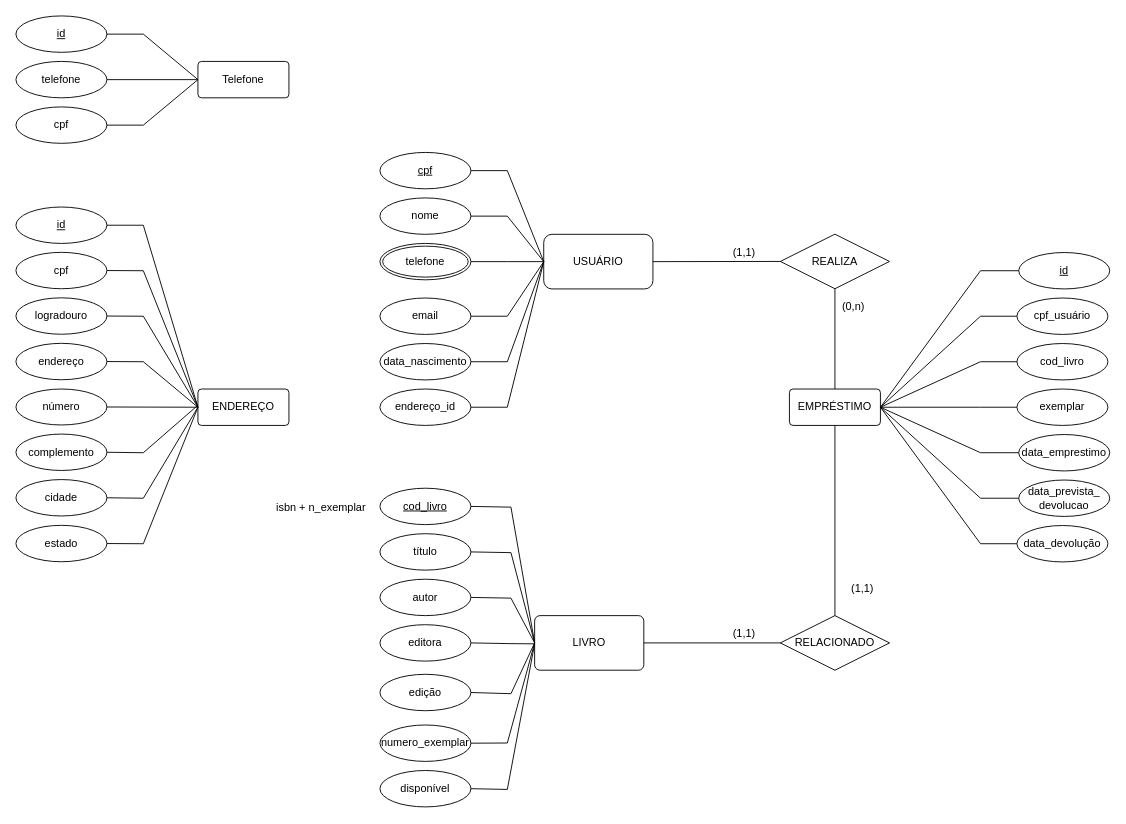
Before: draw.io/Untitled Diagram.drawio in mikaeletha/segundo_periodo_2022, a draw.io diagram. Source tidied: cells renumbered, new cells numbered last; positions are measured from the earlier drawing's top-left corner, leaving out a move shared by most shapes. Both pictures are drawn from the tidied source at 91%, with x=0, y=0 at pixel (15, 15).
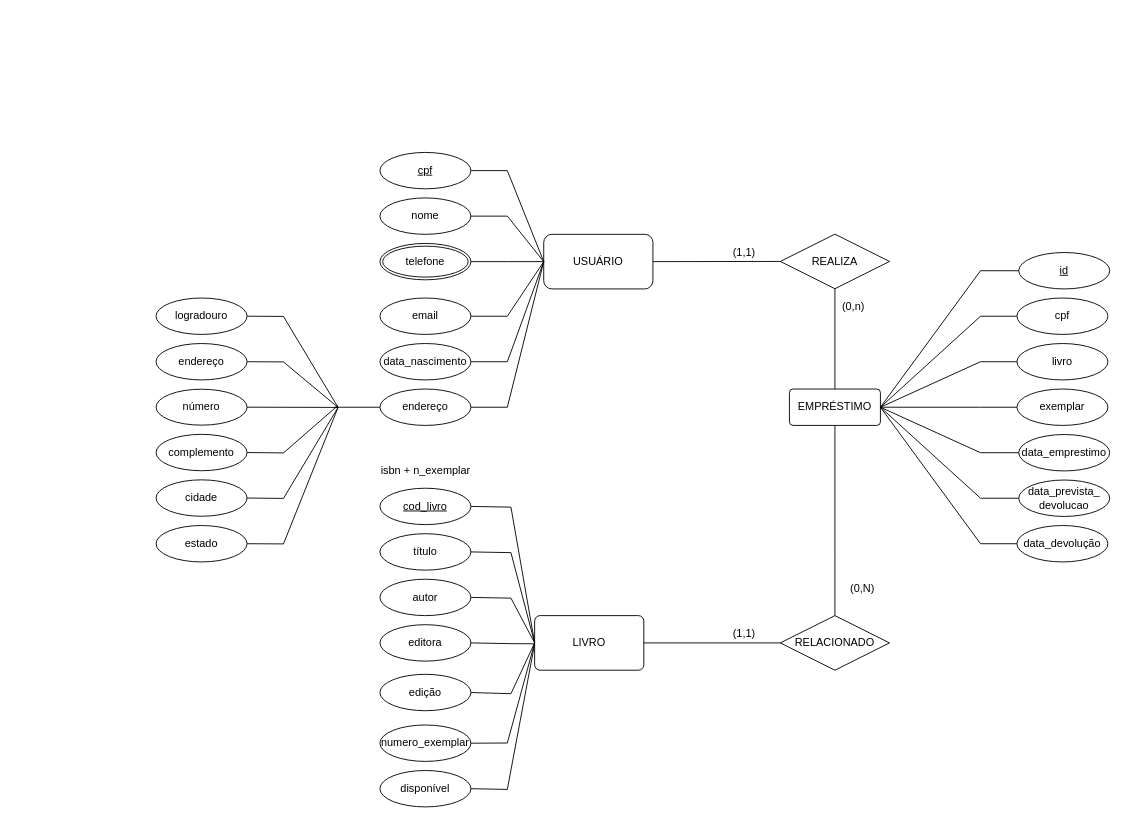
The same page after the edit.

What changed in the source:
```diff
@@
-    <mxCell id="24" value="cpf_usuário" style="ellipse;whiteSpace=wrap;html=1;align=center;" parent="1" vertex="1">
+    <mxCell id="24" value="cpf" style="ellipse;whiteSpace=wrap;html=1;align=center;" parent="1" vertex="1">
       <mxGeometry x="1100" y="310" width="100" height="40" as="geometry" />
     </mxCell>
-    <mxCell id="25" value="cod_livro" style="ellipse;whiteSpace=wrap;html=1;align=center;" parent="1" vertex="1">
+    <mxCell id="25" value="livro" style="ellipse;whiteSpace=wrap;html=1;align=center;" parent="1" vertex="1">
       <mxGeometry x="1100" y="360" width="100" height="40" as="geometry" />
     </mxCell>
@@
-    <mxCell id="43" value="(1,1)" style="text;html=1;align=center;verticalAlign=middle;strokeColor=none;fillColor=none;" parent="1" vertex="1">
+    <mxCell id="43" value="(0,N)" style="text;html=1;align=center;verticalAlign=middle;strokeColor=none;fillColor=none;" parent="1" vertex="1">
       <mxGeometry x="910" y="619" width="40" height="20" as="geometry" />
     </mxCell>
@@
-    <mxCell id="47" value="ENDEREÇO" style="rounded=1;arcSize=10;whiteSpace=wrap;html=1;align=center;" parent="1" vertex="1">
-      <mxGeometry x="200" y="410" width="100" height="40" as="geometry" />
-    </mxCell>
-    <mxCell id="48" value="cpf" style="ellipse;whiteSpace=wrap;html=1;align=center;" parent="1" vertex="1">
-      <mxGeometry y="259.8" width="100" height="40" as="geometry" />
-    </mxCell>
-    <mxCell id="49" value="endereço_id" style="ellipse;whiteSpace=wrap;html=1;align=center;" parent="1" vertex="1">
+    <mxCell id="49" value="endereço" style="ellipse;whiteSpace=wrap;html=1;align=center;" parent="1" vertex="1">
       <mxGeometry x="400" y="410" width="100" height="40" as="geometry" />
     </mxCell>
@@
-    <mxCell id="51" value="id" style="ellipse;whiteSpace=wrap;html=1;align=center;fontStyle=4;" parent="1" vertex="1">
-      <mxGeometry y="210" width="100" height="40" as="geometry" />
-    </mxCell>
     <mxCell id="52" value="logradouro" style="ellipse;whiteSpace=wrap;html=1;align=center;" parent="1" vertex="1">
-      <mxGeometry y="309.8" width="100" height="40" as="geometry" />
+      <mxGeometry x="154" y="310" width="100" height="40" as="geometry" />
     </mxCell>
     <mxCell id="53" value="endereço" style="ellipse;whiteSpace=wrap;html=1;align=center;" parent="1" vertex="1">
-      <mxGeometry y="359.8" width="100" height="40" as="geometry" />
+      <mxGeometry x="154" y="360" width="100" height="40" as="geometry" />
     </mxCell>
     <mxCell id="54" value="número" style="ellipse;whiteSpace=wrap;html=1;align=center;" parent="1" vertex="1">
-      <mxGeometry y="410" width="100" height="39.5" as="geometry" />
+      <mxGeometry x="154" y="410.2" width="100" height="39.5" as="geometry" />
     </mxCell>
     <mxCell id="55" value="complemento" style="ellipse;whiteSpace=wrap;html=1;align=center;" parent="1" vertex="1">
-      <mxGeometry y="459.5" width="100" height="40" as="geometry" />
+      <mxGeometry x="154" y="459.8" width="100" height="40" as="geometry" />
     </mxCell>
     <mxCell id="56" value="cidade" style="ellipse;whiteSpace=wrap;html=1;align=center;" parent="1" vertex="1">
-      <mxGeometry y="509.5" width="100" height="40" as="geometry" />
+      <mxGeometry x="154" y="509.8" width="100" height="40" as="geometry" />
     </mxCell>
     <mxCell id="57" value="estado" style="ellipse;whiteSpace=wrap;html=1;align=center;" parent="1" vertex="1">
-      <mxGeometry y="559.8" width="100" height="40" as="geometry" />
+      <mxGeometry x="154" y="560" width="100" height="40" as="geometry" />
     </mxCell>
-    <mxCell id="58" style="endArrow=none;html=1;rounded=0;exitX=1;exitY=0.5;exitDx=0;exitDy=0;entryX=0;entryY=0.5;entryDx=0;entryDy=0;" parent="1" edge="1" source="51" target="47">
-      <mxGeometry relative="1" as="geometry">
-        <Array as="points">
-          <mxPoint x="140" y="230" />
-        </Array>
-      </mxGeometry>
-    </mxCell>
-    <mxCell id="59" style="endArrow=none;html=1;rounded=0;exitX=1;exitY=0.5;exitDx=0;exitDy=0;entryX=0;entryY=0.5;entryDx=0;entryDy=0;" parent="1" edge="1" source="48" target="47">
-      <mxGeometry relative="1" as="geometry">
-        <Array as="points">
-          <mxPoint x="140" y="280" />
-        </Array>
-      </mxGeometry>
-    </mxCell>
-    <mxCell id="60" style="endArrow=none;html=1;rounded=0;entryX=0;entryY=0.5;entryDx=0;entryDy=0;exitX=1;exitY=0.5;exitDx=0;exitDy=0;" parent="1" edge="1" source="52" target="47">
+    <mxCell id="60" style="endArrow=none;html=1;rounded=0;entryX=0;entryY=0.5;entryDx=0;entryDy=0;exitX=1;exitY=0.5;exitDx=0;exitDy=0;" parent="1" edge="1" source="52">
       <mxGeometry relative="1" as="geometry">
+        <mxPoint x="354" y="430.2" as="targetPoint" />
         <Array as="points">
-          <mxPoint x="140" y="330" />
+          <mxPoint x="294" y="330.2" />
         </Array>
       </mxGeometry>
     </mxCell>
-    <mxCell id="61" style="endArrow=none;html=1;rounded=0;entryX=0;entryY=0.5;entryDx=0;entryDy=0;exitX=1;exitY=0.5;exitDx=0;exitDy=0;" parent="1" edge="1" source="53" target="47">
+    <mxCell id="61" style="endArrow=none;html=1;rounded=0;entryX=0;entryY=0.5;entryDx=0;entryDy=0;exitX=1;exitY=0.5;exitDx=0;exitDy=0;" parent="1" edge="1" source="53">
       <mxGeometry relative="1" as="geometry">
+        <mxPoint x="354" y="430.2" as="targetPoint" />
         <Array as="points">
-          <mxPoint x="140" y="380" />
+          <mxPoint x="294" y="380.2" />
         </Array>
       </mxGeometry>
     </mxCell>
-    <mxCell id="62" style="endArrow=none;html=1;rounded=0;entryX=0;entryY=0.5;entryDx=0;entryDy=0;exitX=1;exitY=0.5;exitDx=0;exitDy=0;" parent="1" edge="1" source="54" target="47">
-      <mxGeometry relative="1" as="geometry" />
+    <mxCell id="62" style="endArrow=none;html=1;rounded=0;entryX=0;entryY=0.5;entryDx=0;entryDy=0;exitX=1;exitY=0.5;exitDx=0;exitDy=0;" parent="1" edge="1" source="54">
+      <mxGeometry relative="1" as="geometry">
+        <mxPoint x="354" y="430.2" as="targetPoint" />
+      </mxGeometry>
     </mxCell>
     <mxCell id="63" style="endArrow=none;html=1;rounded=0;exitX=1;exitY=0.5;exitDx=0;exitDy=0;" parent="1" edge="1" source="55">
       <mxGeometry relative="1" as="geometry">
-        <mxPoint x="200" y="427.8" as="targetPoint" />
+        <mxPoint x="354" y="428" as="targetPoint" />
         <Array as="points">
-          <mxPoint x="140" y="480" />
+          <mxPoint x="294" y="480.2" />
         </Array>
       </mxGeometry>
     </mxCell>
-    <mxCell id="64" style="endArrow=none;html=1;rounded=0;entryX=0;entryY=0.5;entryDx=0;entryDy=0;exitX=1;exitY=0.5;exitDx=0;exitDy=0;" parent="1" edge="1" source="56" target="47">
+    <mxCell id="64" style="endArrow=none;html=1;rounded=0;entryX=0;entryY=0.5;entryDx=0;entryDy=0;exitX=1;exitY=0.5;exitDx=0;exitDy=0;" parent="1" edge="1" source="56">
       <mxGeometry relative="1" as="geometry">
+        <mxPoint x="354" y="430.2" as="targetPoint" />
         <Array as="points">
-          <mxPoint x="140" y="530" />
+          <mxPoint x="294" y="530.2" />
         </Array>
       </mxGeometry>
     </mxCell>
-    <mxCell id="65" style="endArrow=none;html=1;rounded=0;entryX=0;entryY=0.5;entryDx=0;entryDy=0;exitX=1;exitY=0.5;exitDx=0;exitDy=0;" parent="1" edge="1" source="57" target="47">
+    <mxCell id="65" style="endArrow=none;html=1;rounded=0;entryX=0;entryY=0.5;entryDx=0;entryDy=0;exitX=1;exitY=0.5;exitDx=0;exitDy=0;" parent="1" edge="1" source="57">
       <mxGeometry relative="1" as="geometry">
+        <mxPoint x="354" y="430.2" as="targetPoint" />
         <Array as="points">
-          <mxPoint x="140" y="580" />
+          <mxPoint x="294" y="580.2" />
         </Array>
       </mxGeometry>
     </mxCell>
     <mxCell id="66" value="isbn + n_exemplar" style="text;html=1;align=center;verticalAlign=middle;strokeColor=none;fillColor=none;" parent="1" vertex="1">
-      <mxGeometry x="280" y="530" width="110" height="20" as="geometry" />
+      <mxGeometry x="395" y="490" width="110" height="20" as="geometry" />
     </mxCell>
@@
-    <mxCell id="71" value="Telefone" style="rounded=1;arcSize=10;whiteSpace=wrap;html=1;align=center;" parent="1" vertex="1">
-      <mxGeometry x="200" y="50" width="100" height="40" as="geometry" />
-    </mxCell>
-    <mxCell id="72" value="telefone" style="ellipse;whiteSpace=wrap;html=1;align=center;" parent="1" vertex="1">
-      <mxGeometry y="50" width="100" height="40" as="geometry" />
-    </mxCell>
-    <mxCell id="73" value="cpf" style="ellipse;whiteSpace=wrap;html=1;align=center;" parent="1" vertex="1">
-      <mxGeometry y="100" width="100" height="40" as="geometry" />
-    </mxCell>
-    <mxCell id="74" value="id" style="ellipse;whiteSpace=wrap;html=1;align=center;fontStyle=4;" parent="1" vertex="1">
-      <mxGeometry width="100" height="40" as="geometry" />
-    </mxCell>
-    <mxCell id="75" style="endArrow=none;html=1;rounded=0;entryX=0;entryY=0.5;entryDx=0;entryDy=0;exitX=1;exitY=0.5;exitDx=0;exitDy=0;" parent="1" edge="1" source="74" target="71">
-      <mxGeometry relative="1" as="geometry">
-        <Array as="points">
-          <mxPoint x="140" y="20" />
-        </Array>
-      </mxGeometry>
-    </mxCell>
-    <mxCell id="76" style="endArrow=none;html=1;rounded=0;exitX=1;exitY=0.5;exitDx=0;exitDy=0;" parent="1" edge="1" source="72">
-      <mxGeometry relative="1" as="geometry">
-        <mxPoint x="200" y="70" as="targetPoint" />
-      </mxGeometry>
-    </mxCell>
-    <mxCell id="77" style="endArrow=none;html=1;rounded=0;exitX=1;exitY=0.5;exitDx=0;exitDy=0;" parent="1" edge="1" source="73">
-      <mxGeometry relative="1" as="geometry">
-        <mxPoint x="200" y="70" as="targetPoint" />
-        <Array as="points">
-          <mxPoint x="140" y="120" />
-        </Array>
-      </mxGeometry>
-    </mxCell>
@@
+    <mxCell id="80" style="endArrow=none;html=1;rounded=0;entryX=0;entryY=0.5;entryDx=0;entryDy=0;" parent="1" edge="1" target="49">
+      <mxGeometry relative="1" as="geometry">
+        <mxPoint x="350" y="430" as="sourcePoint" />
+      </mxGeometry>
+    </mxCell>
```
